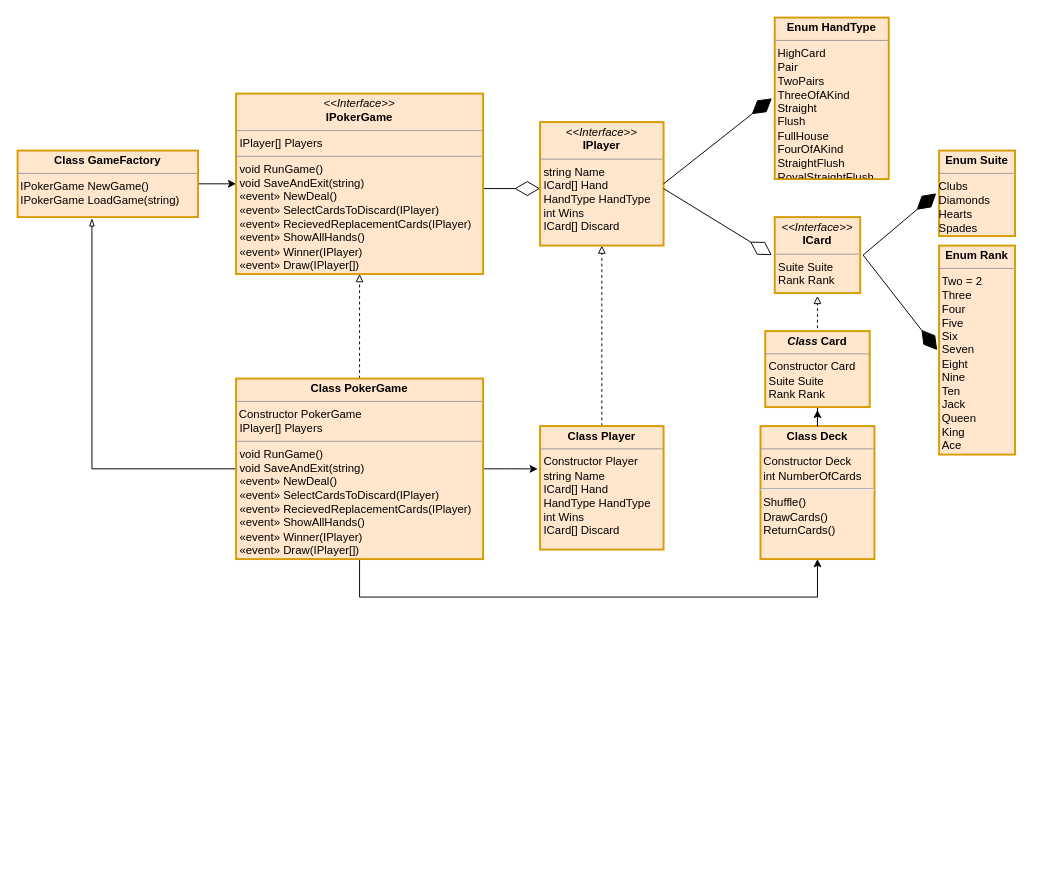
The draw.io diagram Untitled Diagram.drawio in lucasohrn/PokerGame, before the edit. Source tidied: cells renumbered, new cells numbered last; positions are measured from the earlier drawing's top-left corner, leaving out a move shared by most shapes. Both pictures are drawn from the tidied source at 95%, with x=0, y=0 at pixel (17, 17).
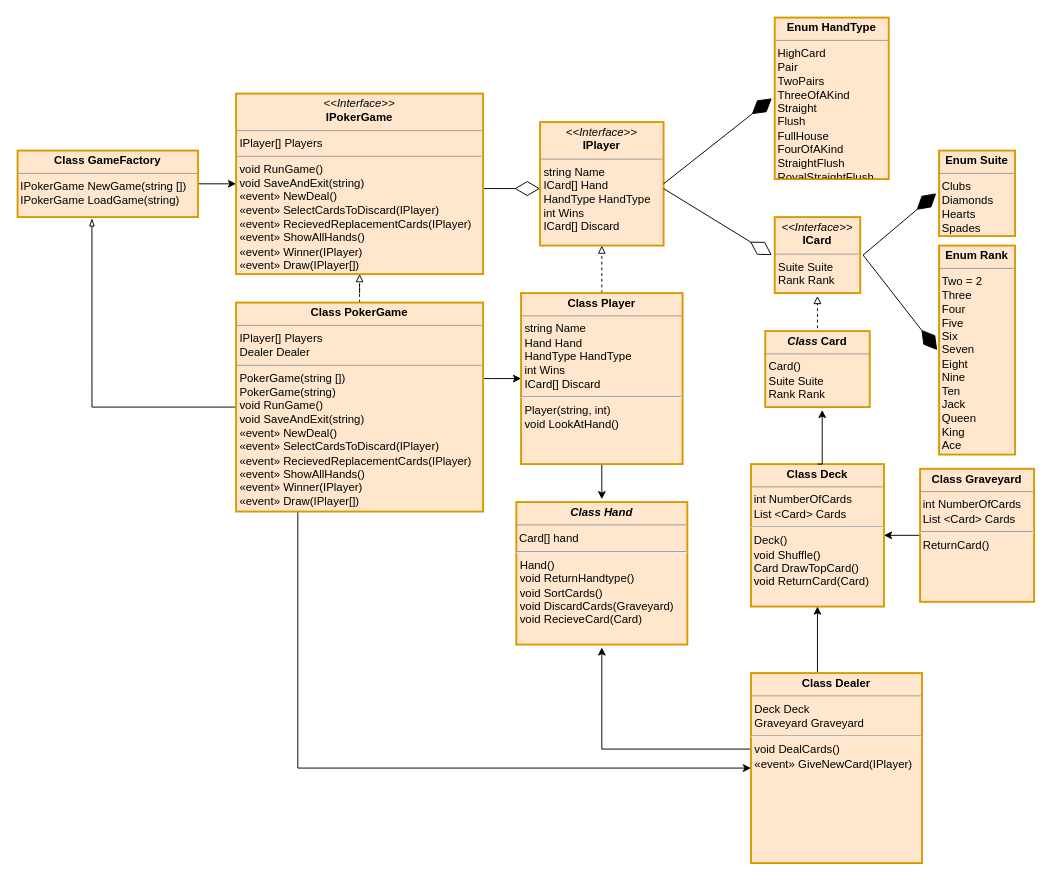
Above is the later version.

Diff of the diagram source:
```diff
@@
-    <mxCell id="4" value="&lt;p style=&quot;margin: 0px ; margin-top: 4px ; text-align: center&quot;&gt;&lt;b&gt;Class GameFactory&lt;/b&gt;&lt;/p&gt;&lt;hr size=&quot;1&quot;&gt;&amp;nbsp;IPokerGame NewGame()&lt;br&gt;&amp;nbsp;IPokerGame LoadGame(string)&lt;br&gt;&lt;div style=&quot;height: 2px&quot;&gt;&lt;/div&gt;" style="verticalAlign=top;align=left;overflow=fill;fontSize=12;fontFamily=Helvetica;html=1;fillColor=#ffe6cc;strokeColor=#d79b00;strokeWidth=2;fontColor=#000000;" parent="1" vertex="1">
+    <mxCell id="4" value="&lt;p style=&quot;margin: 0px ; margin-top: 4px ; text-align: center&quot;&gt;&lt;b&gt;Class GameFactory&lt;/b&gt;&lt;/p&gt;&lt;hr size=&quot;1&quot;&gt;&amp;nbsp;IPokerGame NewGame(string [])&lt;br&gt;&amp;nbsp;IPokerGame LoadGame(string)&lt;br&gt;&lt;div style=&quot;height: 2px&quot;&gt;&lt;/div&gt;" style="verticalAlign=top;align=left;overflow=fill;fontSize=12;fontFamily=Helvetica;html=1;fillColor=#ffe6cc;strokeColor=#d79b00;strokeWidth=2;fontColor=#000000;" parent="1" vertex="1">
       <mxGeometry y="140" width="190" height="70" as="geometry" />
     </mxCell>
@@
-    <mxCell id="14" value="&lt;p style=&quot;margin: 0px ; margin-top: 4px ; text-align: center&quot;&gt;&lt;b&gt;Enum Suite&lt;/b&gt;&lt;/p&gt;&lt;hr size=&quot;1&quot;&gt;Clubs&lt;br&gt;Diamonds&lt;br&gt;Hearts&lt;br&gt;Spades" style="verticalAlign=top;align=left;overflow=fill;fontSize=12;fontFamily=Helvetica;html=1;comic=0;strokeColor=#d79b00;strokeWidth=2;fillColor=#ffe6cc;fontColor=#000000;perimeterSpacing=3;" parent="1" vertex="1">
+    <mxCell id="14" value="&lt;p style=&quot;margin: 0px ; margin-top: 4px ; text-align: center&quot;&gt;&lt;b&gt;Enum Suite&lt;/b&gt;&lt;/p&gt;&lt;hr size=&quot;1&quot;&gt;&amp;nbsp;Clubs&lt;br&gt;&amp;nbsp;Diamonds&lt;br&gt;&amp;nbsp;Hearts&lt;br&gt;&amp;nbsp;Spades" style="verticalAlign=top;align=left;overflow=fill;fontSize=12;fontFamily=Helvetica;html=1;comic=0;strokeColor=#d79b00;strokeWidth=2;fillColor=#ffe6cc;fontColor=#000000;perimeterSpacing=3;" parent="1" vertex="1">
       <mxGeometry x="970" y="140" width="80" height="90" as="geometry" />
     </mxCell>
@@
-    <mxCell id="18" value="&lt;p style=&quot;margin: 0px ; margin-top: 4px ; text-align: center&quot;&gt;&lt;b&gt;Class Deck&lt;/b&gt;&lt;/p&gt;&lt;hr size=&quot;1&quot;&gt;&amp;nbsp;Constructor Deck&lt;br&gt;&amp;nbsp;int NumberOfCards&lt;br&gt;&lt;hr&gt;&amp;nbsp;Shuffle()&lt;br&gt;&amp;nbsp;DrawCards()&lt;br&gt;&amp;nbsp;ReturnCards()&lt;br&gt;&lt;br&gt;&lt;div style=&quot;height: 2px&quot;&gt;&lt;/div&gt;" style="verticalAlign=top;align=left;overflow=fill;fontSize=12;fontFamily=Helvetica;html=1;fillColor=#ffe6cc;strokeColor=#d79b00;strokeWidth=2;fontColor=#000000;" parent="1" vertex="1">
-      <mxGeometry x="782" y="430" width="120" height="140" as="geometry" />
+    <mxCell id="18" value="&lt;p style=&quot;margin: 0px ; margin-top: 4px ; text-align: center&quot;&gt;&lt;b&gt;Class Deck&lt;/b&gt;&lt;/p&gt;&lt;hr size=&quot;1&quot;&gt;&amp;nbsp;int NumberOfCards&lt;br&gt;&amp;nbsp;List &amp;lt;Card&amp;gt; Cards&lt;br&gt;&lt;hr&gt;&amp;nbsp;Deck()&lt;br&gt;&amp;nbsp;void Shuffle()&lt;br&gt;&amp;nbsp;Card DrawTopCard()&lt;br&gt;&amp;nbsp;void ReturnCard(Card)&lt;br&gt;&lt;br&gt;&lt;div style=&quot;height: 2px&quot;&gt;&lt;/div&gt;" style="verticalAlign=top;align=left;overflow=fill;fontSize=12;fontFamily=Helvetica;html=1;fillColor=#ffe6cc;strokeColor=#d79b00;strokeWidth=2;fontColor=#000000;" parent="1" vertex="1">
+      <mxGeometry x="772" y="470" width="140" height="150" as="geometry" />
     </mxCell>
-    <mxCell id="19" style="edgeStyle=orthogonalEdgeStyle;rounded=0;jettySize=auto;html=1;entryX=-0.019;entryY=0.347;entryDx=0;entryDy=0;entryPerimeter=0;" parent="1" edge="1" source="22" target="23">
-      <mxGeometry relative="1" as="geometry" />
+    <mxCell id="19" style="edgeStyle=orthogonalEdgeStyle;rounded=0;jettySize=auto;html=1;entryX=0;entryY=0.5;entryDx=0;entryDy=0;" parent="1" edge="1" source="22" target="23">
+      <mxGeometry relative="1" as="geometry">
+        <Array as="points">
+          <mxPoint x="500" y="380" />
+          <mxPoint x="500" y="380" />
+        </Array>
+      </mxGeometry>
     </mxCell>
     <mxCell id="20" style="edgeStyle=orthogonalEdgeStyle;rounded=0;jettySize=auto;html=1;entryX=0.412;entryY=1.02;entryDx=0;entryDy=0;entryPerimeter=0;endArrow=blockThin;endFill=0;" parent="1" edge="1" source="22" target="4">
-      <mxGeometry relative="1" as="geometry" />
+      <mxGeometry relative="1" as="geometry">
+        <Array as="points">
+          <mxPoint x="78" y="410" />
+        </Array>
+      </mxGeometry>
     </mxCell>
-    <mxCell id="21" style="edgeStyle=orthogonalEdgeStyle;rounded=0;jettySize=auto;html=1;entryX=0.5;entryY=1;entryDx=0;entryDy=0;" parent="1" edge="1" source="22" target="18">
-      <mxGeometry relative="1" as="geometry">
-        <Array as="points">
-          <mxPoint x="360" y="610" />
-          <mxPoint x="842" y="610" />
-        </Array>
-      </mxGeometry>
-    </mxCell>
+    <mxCell id="26" style="edgeStyle=orthogonalEdgeStyle;rounded=0;jettySize=auto;html=1;exitX=0.25;exitY=1;exitDx=0;exitDy=0;entryX=0;entryY=0.5;entryDx=0;entryDy=0;" parent="1" edge="1" source="22" target="32">
+      <mxGeometry relative="1" as="geometry" />
+    </mxCell>
-    <mxCell id="22" value="&lt;p style=&quot;margin: 0px ; margin-top: 4px ; text-align: center&quot;&gt;&lt;b&gt;Class PokerGame&lt;/b&gt;&lt;/p&gt;&lt;hr size=&quot;1&quot;&gt;&amp;nbsp;Constructor PokerGame&lt;br&gt;&lt;p style=&quot;margin: 0px ; margin-left: 4px&quot;&gt;IPlayer[] Players&lt;/p&gt;&lt;hr size=&quot;1&quot;&gt;&lt;p style=&quot;margin: 0px ; margin-left: 4px&quot;&gt;void RunGame()&lt;/p&gt;&lt;p style=&quot;margin: 0px ; margin-left: 4px&quot;&gt;void SaveAndExit(string)&lt;/p&gt;&lt;p style=&quot;margin: 0px ; margin-left: 4px&quot;&gt;«event» NewDeal()&lt;/p&gt;&lt;p style=&quot;margin: 0px ; margin-left: 4px&quot;&gt;«event»&amp;nbsp;SelectCardsToDiscard(IPlayer)&lt;/p&gt;&lt;p style=&quot;margin: 0px ; margin-left: 4px&quot;&gt;«event» RecievedReplacementCards(IPlayer)&lt;/p&gt;&lt;p style=&quot;margin: 0px ; margin-left: 4px&quot;&gt;«event» ShowAllHands()&lt;/p&gt;&lt;p style=&quot;margin: 0px ; margin-left: 4px&quot;&gt;«event» Winner(IPlayer)&lt;/p&gt;&lt;p style=&quot;margin: 0px ; margin-left: 4px&quot;&gt;«event» Draw(IPlayer[])&lt;/p&gt;" style="verticalAlign=top;align=left;overflow=fill;fontSize=12;fontFamily=Helvetica;html=1;fillColor=#ffe6cc;strokeColor=#d79b00;strokeWidth=2;fontColor=#000000;" parent="1" vertex="1">
-      <mxGeometry x="230" y="380" width="260" height="190" as="geometry" />
+    <mxCell id="22" value="&lt;p style=&quot;margin: 0px ; margin-top: 4px ; text-align: center&quot;&gt;&lt;b&gt;Class PokerGame&lt;/b&gt;&lt;/p&gt;&lt;hr size=&quot;1&quot;&gt;&lt;p style=&quot;margin: 0px ; margin-left: 4px&quot;&gt;IPlayer[] Players&lt;/p&gt;&lt;p style=&quot;margin: 0px ; margin-left: 4px&quot;&gt;Dealer Dealer&lt;/p&gt;&lt;hr size=&quot;1&quot;&gt;&lt;p style=&quot;margin: 0px ; margin-left: 4px&quot;&gt;PokerGame(string [])&amp;nbsp;&lt;br&gt;&lt;/p&gt;&lt;p style=&quot;margin: 0px ; margin-left: 4px&quot;&gt;PokerGame(string)&lt;/p&gt;&lt;p style=&quot;margin: 0px ; margin-left: 4px&quot;&gt;void RunGame()&lt;/p&gt;&lt;p style=&quot;margin: 0px ; margin-left: 4px&quot;&gt;void SaveAndExit(string)&lt;/p&gt;&lt;p style=&quot;margin: 0px ; margin-left: 4px&quot;&gt;«event» NewDeal()&lt;/p&gt;&lt;p style=&quot;margin: 0px ; margin-left: 4px&quot;&gt;«event»&amp;nbsp;SelectCardsToDiscard(IPlayer)&lt;/p&gt;&lt;p style=&quot;margin: 0px ; margin-left: 4px&quot;&gt;«event» RecievedReplacementCards(IPlayer)&lt;/p&gt;&lt;p style=&quot;margin: 0px ; margin-left: 4px&quot;&gt;«event» ShowAllHands()&lt;/p&gt;&lt;p style=&quot;margin: 0px ; margin-left: 4px&quot;&gt;«event» Winner(IPlayer)&lt;/p&gt;&lt;p style=&quot;margin: 0px ; margin-left: 4px&quot;&gt;«event» Draw(IPlayer[])&lt;/p&gt;&lt;p style=&quot;margin: 0px ; margin-left: 4px&quot;&gt;&lt;br&gt;&lt;/p&gt;" style="verticalAlign=top;align=left;overflow=fill;fontSize=12;fontFamily=Helvetica;html=1;fillColor=#ffe6cc;strokeColor=#d79b00;strokeWidth=2;fontColor=#000000;" parent="1" vertex="1">
+      <mxGeometry x="230" y="300" width="260" height="220" as="geometry" />
     </mxCell>
+    <mxCell id="27" style="edgeStyle=orthogonalEdgeStyle;rounded=0;jettySize=auto;html=1;entryX=0.5;entryY=0;entryDx=0;entryDy=0;" parent="1" edge="1" source="23" target="33">
+      <mxGeometry relative="1" as="geometry">
+        <Array as="points">
+          <mxPoint x="615" y="490" />
+          <mxPoint x="615" y="490" />
+        </Array>
+      </mxGeometry>
+    </mxCell>
-    <mxCell id="23" value="&lt;p style=&quot;margin: 0px ; margin-top: 4px ; text-align: center&quot;&gt;&lt;b&gt;Class Player&lt;/b&gt;&lt;/p&gt;&lt;hr size=&quot;1&quot;&gt;&lt;p style=&quot;margin: 0px ; margin-left: 4px&quot;&gt;Constructor Player&lt;/p&gt;&lt;p style=&quot;margin: 0px ; margin-left: 4px&quot;&gt;string Name&lt;/p&gt;&lt;p style=&quot;margin: 0px ; margin-left: 4px&quot;&gt;I&lt;span&gt;Card[]&amp;nbsp;&lt;/span&gt;&lt;span&gt;Hand&lt;/span&gt;&lt;/p&gt;&lt;p style=&quot;margin: 0px ; margin-left: 4px&quot;&gt;&lt;span&gt;HandType HandType&lt;/span&gt;&lt;/p&gt;&lt;p style=&quot;margin: 0px ; margin-left: 4px&quot;&gt;&lt;span&gt;int Wins&lt;/span&gt;&lt;/p&gt;&lt;p style=&quot;margin: 0px ; margin-left: 4px&quot;&gt;&lt;span&gt;ICard[] Discard&lt;/span&gt;&lt;/p&gt;&lt;p style=&quot;margin: 0px ; margin-left: 4px&quot;&gt;&lt;br&gt;&lt;/p&gt;" style="verticalAlign=top;align=left;overflow=fill;fontSize=12;fontFamily=Helvetica;html=1;fillColor=#ffe6cc;strokeColor=#d79b00;strokeWidth=2;fontColor=#000000;" parent="1" vertex="1">
-      <mxGeometry x="550" y="430" width="130" height="130" as="geometry" />
+    <mxCell id="23" value="&lt;p style=&quot;margin: 0px ; margin-top: 4px ; text-align: center&quot;&gt;&lt;b&gt;Class Player&lt;/b&gt;&lt;/p&gt;&lt;hr size=&quot;1&quot;&gt;&lt;p style=&quot;margin: 0px ; margin-left: 4px&quot;&gt;&lt;span&gt;string Name&lt;/span&gt;&lt;br&gt;&lt;/p&gt;&lt;p style=&quot;margin: 0px ; margin-left: 4px&quot;&gt;Hand Hand&lt;/p&gt;&lt;p style=&quot;margin: 0px ; margin-left: 4px&quot;&gt;HandType HandType&lt;br&gt;&lt;/p&gt;&lt;p style=&quot;margin: 0px ; margin-left: 4px&quot;&gt;&lt;span&gt;int Wins&lt;/span&gt;&lt;/p&gt;&lt;p style=&quot;margin: 0px ; margin-left: 4px&quot;&gt;&lt;span&gt;ICard[] Discard&lt;/span&gt;&lt;/p&gt;&lt;hr&gt;&lt;p style=&quot;margin: 0px ; margin-left: 4px&quot;&gt;Player(string, int)&lt;span&gt;&lt;br&gt;&lt;/span&gt;&lt;/p&gt;&lt;p style=&quot;margin: 0px ; margin-left: 4px&quot;&gt;&lt;span&gt;void LookAtHand()&lt;/span&gt;&lt;/p&gt;&lt;p style=&quot;margin: 0px ; margin-left: 4px&quot;&gt;&lt;br&gt;&lt;/p&gt;&lt;p style=&quot;margin: 0px ; margin-left: 4px&quot;&gt;&lt;br&gt;&lt;/p&gt;" style="verticalAlign=top;align=left;overflow=fill;fontSize=12;fontFamily=Helvetica;html=1;fillColor=#ffe6cc;strokeColor=#d79b00;strokeWidth=2;fontColor=#000000;" parent="1" vertex="1">
+      <mxGeometry x="530" y="290" width="170" height="180" as="geometry" />
     </mxCell>
-    <mxCell id="24" style="edgeStyle=orthogonalEdgeStyle;rounded=0;jettySize=auto;html=1;exitX=0.5;exitY=0;exitDx=0;exitDy=0;" parent="1" edge="1" source="18" target="25">
-      <mxGeometry relative="1" as="geometry" />
+    <mxCell id="24" style="edgeStyle=orthogonalEdgeStyle;rounded=0;jettySize=auto;html=1;exitX=0.5;exitY=0;exitDx=0;exitDy=0;" parent="1" edge="1" source="18">
+      <mxGeometry relative="1" as="geometry">
+        <mxPoint x="847" y="413" as="targetPoint" />
+        <Array as="points">
+          <mxPoint x="847" y="440" />
+          <mxPoint x="847" y="440" />
+        </Array>
+      </mxGeometry>
     </mxCell>
-    <mxCell id="25" value="&lt;p style=&quot;margin: 0px ; margin-top: 4px ; text-align: center&quot;&gt;&lt;b&gt;&lt;i&gt;Class&amp;nbsp;&lt;/i&gt;&lt;/b&gt;&lt;b&gt;Card&lt;/b&gt;&lt;/p&gt;&lt;hr size=&quot;1&quot;&gt;&lt;p style=&quot;margin: 0px ; margin-left: 4px&quot;&gt;Constructor Card&lt;/p&gt;&lt;p style=&quot;margin: 0px ; margin-left: 4px&quot;&gt;Suite Suite&lt;/p&gt;&lt;p style=&quot;margin: 0px ; margin-left: 4px&quot;&gt;Rank Rank&lt;br&gt;&lt;/p&gt;" style="verticalAlign=top;align=left;overflow=fill;fontSize=12;fontFamily=Helvetica;html=1;comic=0;strokeColor=#d79b00;strokeWidth=2;fillColor=#ffe6cc;fontColor=#000000;perimeterSpacing=3;" parent="1" vertex="1">
+    <mxCell id="25" value="&lt;p style=&quot;margin: 0px ; margin-top: 4px ; text-align: center&quot;&gt;&lt;b&gt;&lt;i&gt;Class&amp;nbsp;&lt;/i&gt;&lt;/b&gt;&lt;b&gt;Card&lt;/b&gt;&lt;/p&gt;&lt;hr size=&quot;1&quot;&gt;&lt;p style=&quot;margin: 0px ; margin-left: 4px&quot;&gt;Card()&lt;/p&gt;&lt;p style=&quot;margin: 0px ; margin-left: 4px&quot;&gt;Suite Suite&lt;/p&gt;&lt;p style=&quot;margin: 0px ; margin-left: 4px&quot;&gt;Rank Rank&lt;br&gt;&lt;/p&gt;" style="verticalAlign=top;align=left;overflow=fill;fontSize=12;fontFamily=Helvetica;html=1;comic=0;strokeColor=#d79b00;strokeWidth=2;fillColor=#ffe6cc;fontColor=#000000;perimeterSpacing=3;" parent="1" vertex="1">
       <mxGeometry x="787" y="330" width="110" height="80" as="geometry" />
     </mxCell>
+    <mxCell id="28" style="edgeStyle=orthogonalEdgeStyle;rounded=0;jettySize=auto;html=1;" parent="1" edge="1" source="29">
+      <mxGeometry relative="1" as="geometry">
+        <mxPoint x="912" y="545" as="targetPoint" />
+      </mxGeometry>
+    </mxCell>
+    <mxCell id="29" value="&lt;p style=&quot;margin: 0px ; margin-top: 4px ; text-align: center&quot;&gt;&lt;b&gt;Class Graveyard&lt;/b&gt;&lt;/p&gt;&lt;hr size=&quot;1&quot;&gt;&amp;nbsp;int NumberOfCards&lt;br&gt;&amp;nbsp;List &amp;lt;Card&amp;gt; Cards&lt;br&gt;&lt;hr&gt;&amp;nbsp;ReturnCard()" style="verticalAlign=top;align=left;overflow=fill;fontSize=12;fontFamily=Helvetica;html=1;fillColor=#ffe6cc;strokeColor=#d79b00;strokeWidth=2;fontColor=#000000;" parent="1" vertex="1">
+      <mxGeometry x="950" y="475" width="120" height="140" as="geometry" />
+    </mxCell>
+    <mxCell id="30" style="edgeStyle=orthogonalEdgeStyle;rounded=0;jettySize=auto;html=1;entryX=0.5;entryY=1;entryDx=0;entryDy=0;" parent="1" edge="1" source="32" target="33">
+      <mxGeometry relative="1" as="geometry">
+        <Array as="points">
+          <mxPoint x="615" y="770" />
+        </Array>
+      </mxGeometry>
+    </mxCell>
+    <mxCell id="31" style="edgeStyle=orthogonalEdgeStyle;rounded=0;jettySize=auto;html=1;" parent="1" edge="1" source="32" target="18">
+      <mxGeometry relative="1" as="geometry">
+        <Array as="points">
+          <mxPoint x="842" y="670" />
+          <mxPoint x="842" y="670" />
+        </Array>
+      </mxGeometry>
+    </mxCell>
+    <mxCell id="32" value="&lt;p style=&quot;margin: 0px ; margin-top: 4px ; text-align: center&quot;&gt;&lt;b&gt;Class Dealer&lt;/b&gt;&lt;/p&gt;&lt;hr size=&quot;1&quot;&gt;&lt;p style=&quot;margin: 0px ; margin-left: 4px&quot;&gt;Deck Deck&lt;/p&gt;&lt;p style=&quot;margin: 0px ; margin-left: 4px&quot;&gt;Graveyard Graveyard&lt;/p&gt;&lt;hr&gt;&lt;p style=&quot;margin: 0px ; margin-left: 4px&quot;&gt;&lt;span&gt;void DealCards()&lt;/span&gt;&lt;br&gt;&lt;/p&gt;&lt;p style=&quot;margin: 0px ; margin-left: 4px&quot;&gt;«event» GiveNewCard(IPlayer)&lt;span&gt;&lt;br&gt;&lt;/span&gt;&lt;/p&gt;&lt;p style=&quot;margin: 0px ; margin-left: 4px&quot;&gt;&lt;span&gt;&lt;br&gt;&lt;/span&gt;&lt;/p&gt;&lt;p style=&quot;margin: 0px ; margin-left: 4px&quot;&gt;&lt;br&gt;&lt;/p&gt;&lt;p style=&quot;margin: 0px ; margin-left: 4px&quot;&gt;&lt;br&gt;&lt;/p&gt;&lt;p style=&quot;margin: 0px ; margin-left: 4px&quot;&gt;&lt;br&gt;&lt;/p&gt;" style="verticalAlign=top;align=left;overflow=fill;fontSize=12;fontFamily=Helvetica;html=1;fillColor=#ffe6cc;strokeColor=#d79b00;strokeWidth=2;fontColor=#000000;" parent="1" vertex="1">
+      <mxGeometry x="772" y="690" width="180" height="200" as="geometry" />
+    </mxCell>
+    <mxCell id="33" value="&lt;p style=&quot;margin: 0px ; margin-top: 4px ; text-align: center&quot;&gt;&lt;b&gt;&lt;i&gt;Class Hand&lt;/i&gt;&lt;/b&gt;&lt;/p&gt;&lt;hr size=&quot;1&quot;&gt;&amp;nbsp;Card[] hand&amp;nbsp;&lt;br&gt;&lt;hr&gt;&lt;p style=&quot;margin: 0px ; margin-left: 4px&quot;&gt;Hand()&lt;/p&gt;&lt;p style=&quot;margin: 0px ; margin-left: 4px&quot;&gt;void ReturnHandtype()&lt;/p&gt;&lt;p style=&quot;margin: 0px ; margin-left: 4px&quot;&gt;void SortCards()&lt;/p&gt;&lt;p style=&quot;margin: 0px 0px 0px 4px&quot;&gt;void DiscardCards(Graveyard)&lt;/p&gt;&lt;p style=&quot;margin: 0px 0px 0px 4px&quot;&gt;void RecieveCard(Card)&lt;/p&gt;&lt;p style=&quot;margin: 0px 0px 0px 4px&quot;&gt;&lt;br&gt;&lt;/p&gt;" style="verticalAlign=top;align=left;overflow=fill;fontSize=12;fontFamily=Helvetica;html=1;comic=0;strokeColor=#d79b00;strokeWidth=2;fillColor=#ffe6cc;fontColor=#000000;perimeterSpacing=3;" parent="1" vertex="1">
+      <mxGeometry x="525" y="510" width="180" height="150" as="geometry" />
+    </mxCell>
```
